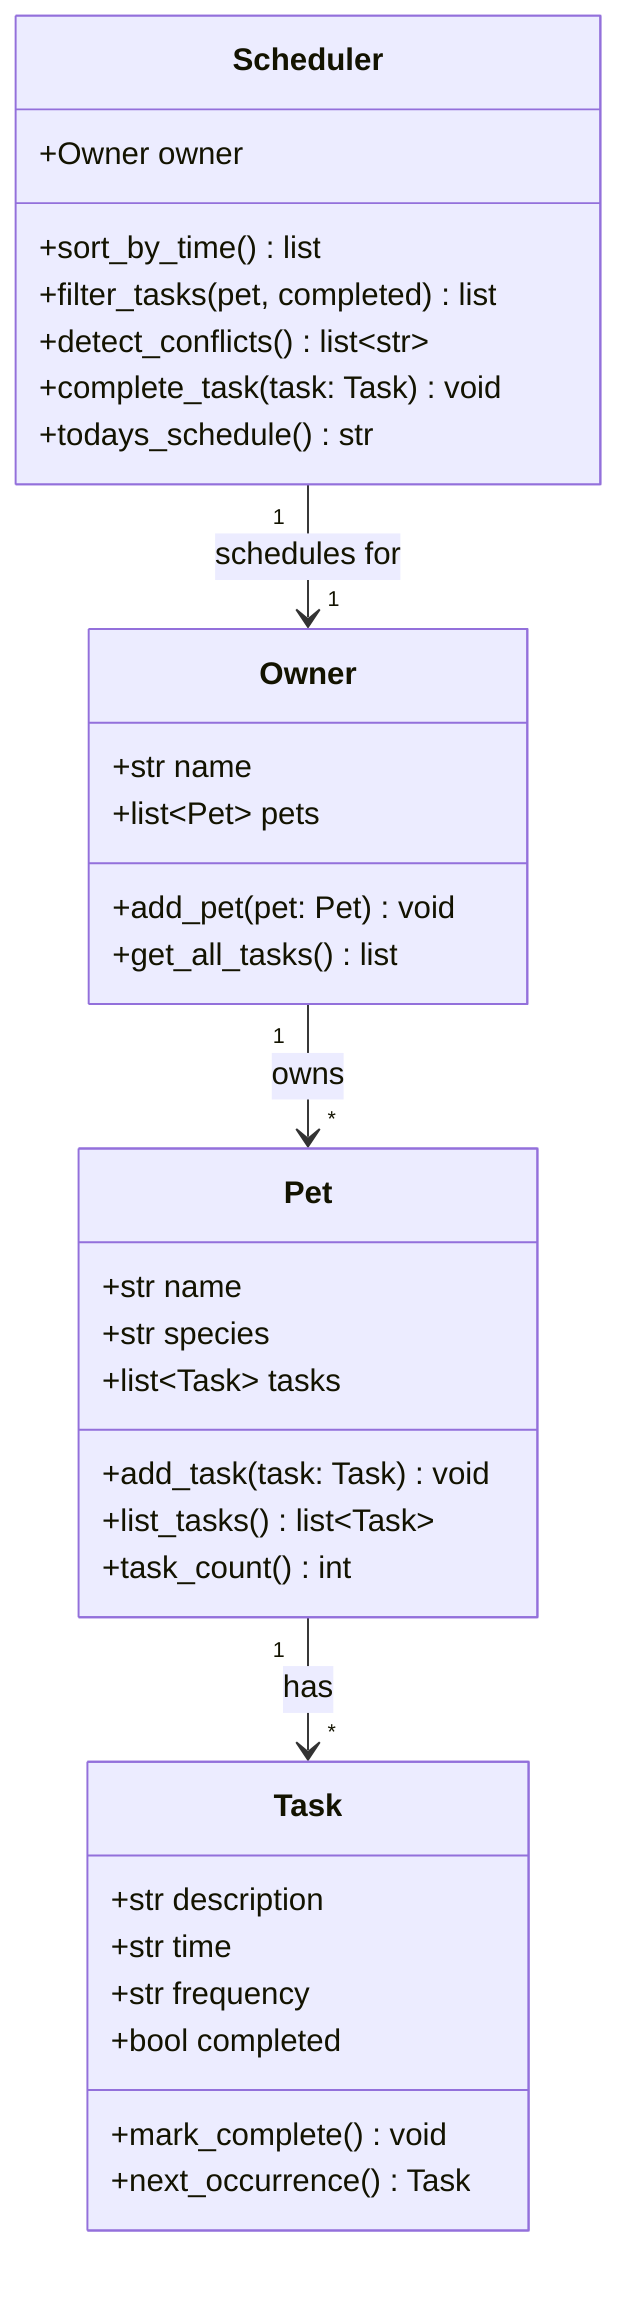
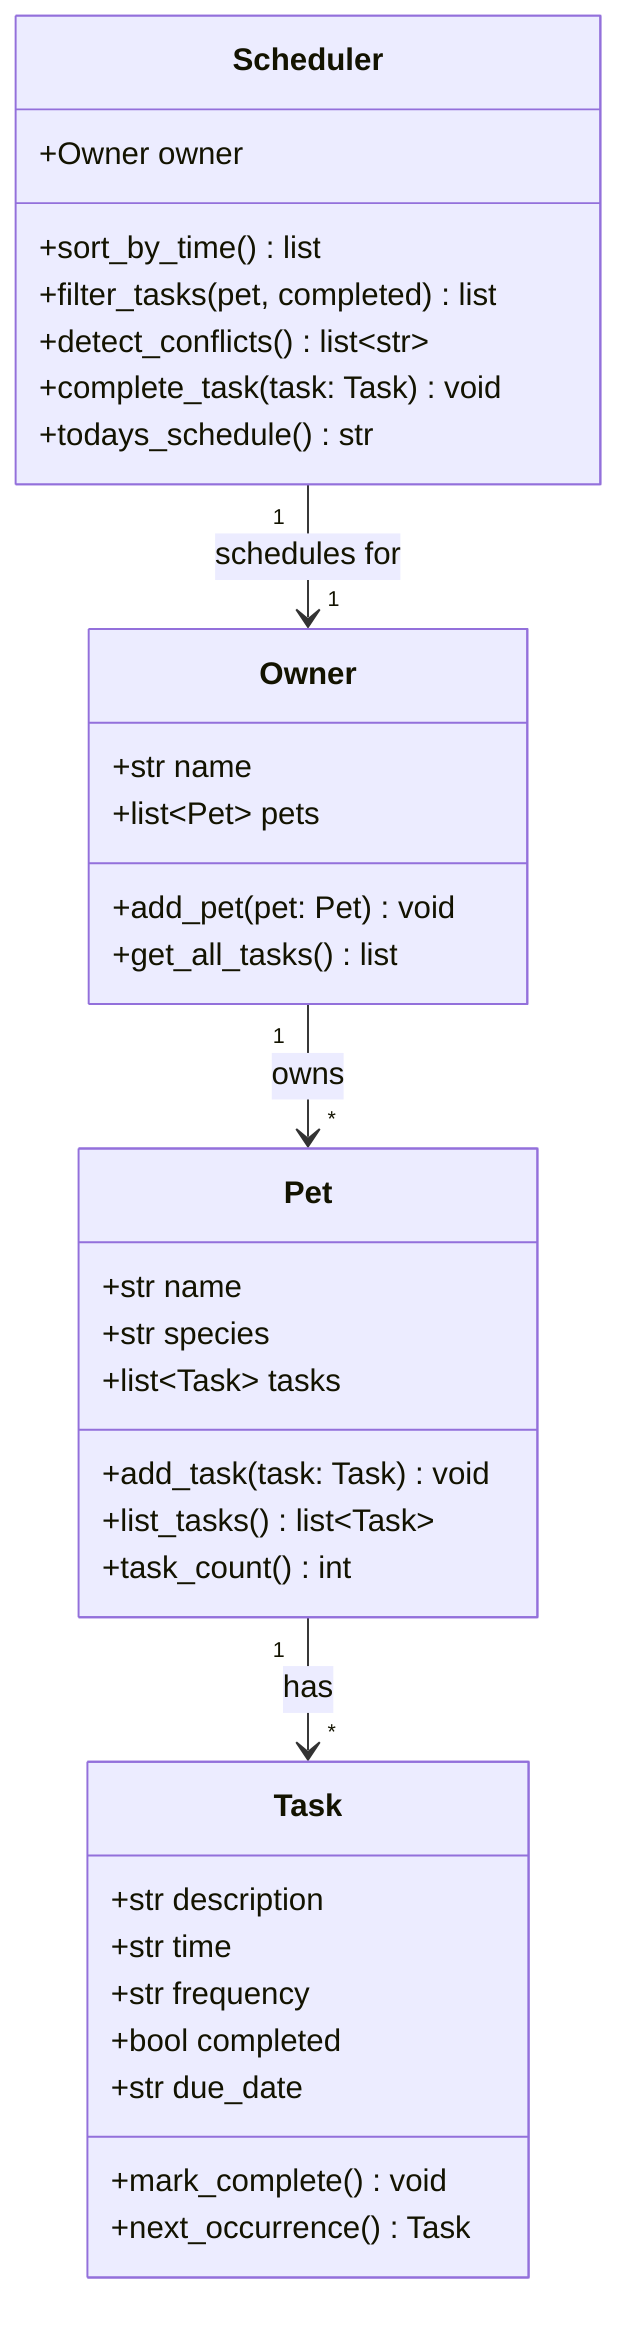
classDiagram
    class Task {
        +str description
        +str time
        +str frequency
        +bool completed
+         +str due_date
        +mark_complete() void
        +next_occurrence() Task
    }

    class Pet {
        +str name
        +str species
        +list~Task~ tasks
        +add_task(task: Task) void
        +list_tasks() list~Task~
        +task_count() int
    }

    class Owner {
        +str name
        +list~Pet~ pets
        +add_pet(pet: Pet) void
        +get_all_tasks() list
    }

    class Scheduler {
        +Owner owner
        +sort_by_time() list
        +filter_tasks(pet, completed) list
        +detect_conflicts() list~str~
        +complete_task(task: Task) void
        +todays_schedule() str
    }

    Owner "1" --> "*" Pet : owns
    Pet "1" --> "*" Task : has
    Scheduler "1" --> "1" Owner : schedules for
